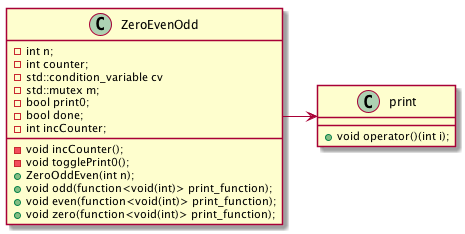
Before: ZeroEvenOdd.png, a diagram exported from PlantUML (ajithcnambiar/cpp-condition-variable). Its diagram source:
```plantuml
@startuml
ZeroEvenOdd -> print
class ZeroEvenOdd{
    -int n;
    -int counter;
    -std::condition_variable cv
    -std::mutex m;
    -bool print0;
    -bool done;
    -void incCounter();
    -void togglePrint0();
    -int incCounter;
    +ZeroOddEven(int n);
    +void odd(function<void(int)> print_function);
    +void even(function<void(int)> print_function);
    +void zero(function<void(int)> print_function);
}

class print{
    +void operator()(int i);
}
@enduml
```
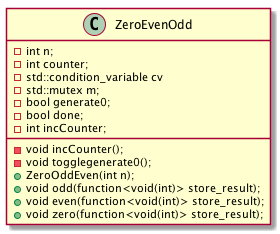
Above is the later version.

Commit message:
correct uml

What changed in the source:
```diff
@@ -1,22 +1,17 @@
 @startuml
-ZeroEvenOdd -> print
 class ZeroEvenOdd{
     -int n;
     -int counter;
     -std::condition_variable cv
     -std::mutex m;
-    -bool print0;
+    -bool generate0;
     -bool done;
     -void incCounter();
-    -void togglePrint0();
+    -void togglegenerate0();
     -int incCounter;
     +ZeroOddEven(int n);
-    +void odd(function<void(int)> print_function);
-    +void even(function<void(int)> print_function);
-    +void zero(function<void(int)> print_function);
-}
-
-class print{
-    +void operator()(int i);
+    +void odd(function<void(int)> store_result);
+    +void even(function<void(int)> store_result);
+    +void zero(function<void(int)> store_result);
 }
 @enduml
```
